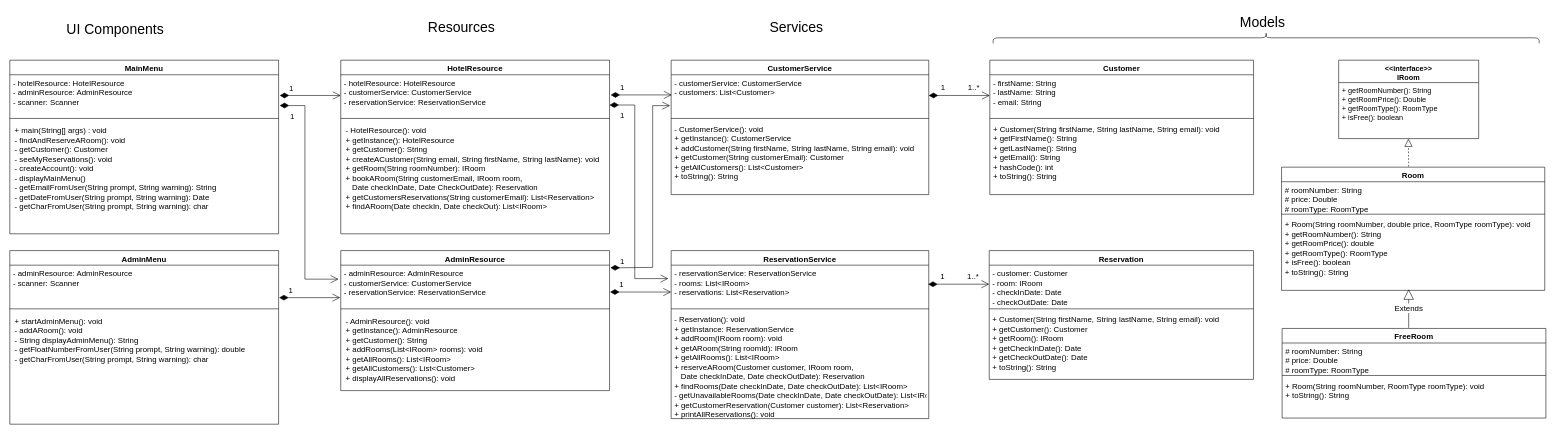
The draw.io diagram src/res/UML.drawio in Shi-chang/project-hotel-reservation-application, before the edit. Source tidied: cells renumbered, new cells numbered last; positions are measured from the earlier drawing's top-left corner, leaving out a move shared by most shapes. Both pictures are drawn from the tidied source at 56%, with x=0, y=0 at pixel (10, -236).
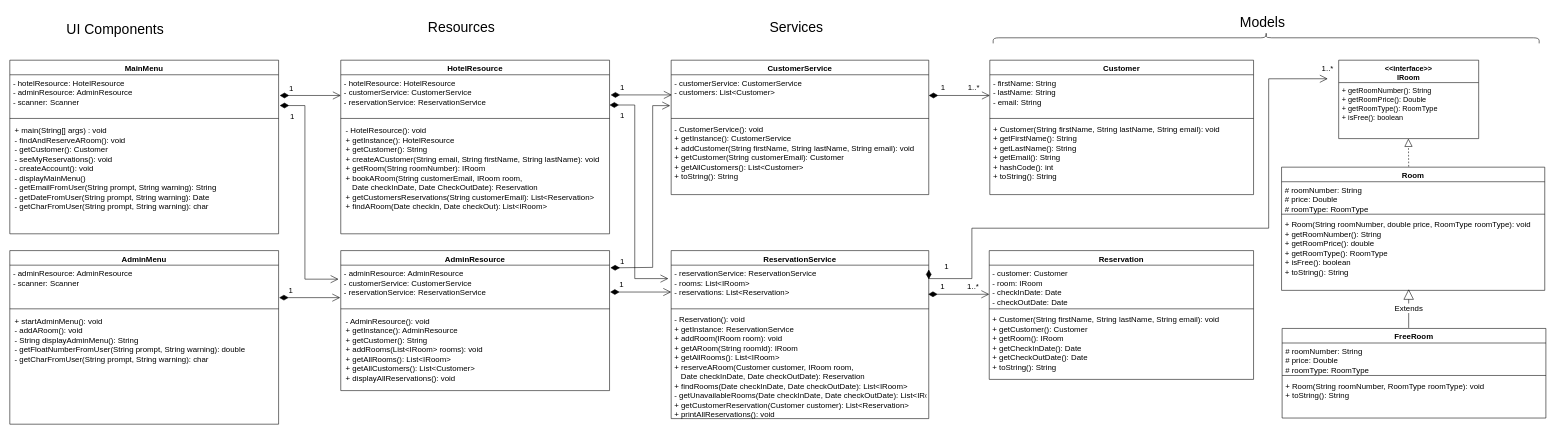
The same diagram, later.

Change to the diagram source:
```diff
@@
     <mxCell id="32" value="1" style="endArrow=open;html=1;endSize=12;startArrow=diamondThin;startSize=14;startFill=1;edgeStyle=orthogonalEdgeStyle;align=left;verticalAlign=bottom;rounded=0;fontSize=14;entryX=0;entryY=0.5;entryDx=0;entryDy=0;exitX=1;exitY=0.5;exitDx=0;exitDy=0;" parent="1" edge="1">
       <mxGeometry x="-0.63" y="3" relative="1" as="geometry">
-        <mxPoint x="1640" y="928" as="sourcePoint" />
-        <mxPoint x="1749" y="928" as="targetPoint" />
+        <mxPoint x="1640" y="946" as="sourcePoint" />
+        <mxPoint x="1749" y="946" as="targetPoint" />
       </mxGeometry>
     </mxCell>
     <mxCell id="33" value="1..*" style="text;html=1;align=center;verticalAlign=middle;strokeColor=none;fillColor=none;fontSize=14;" parent="1" vertex="1">
-      <mxGeometry x="1700" y="899" width="40" height="30" as="geometry" />
+      <mxGeometry x="1700" y="917" width="40" height="30" as="geometry" />
     </mxCell>
@@
+    <mxCell id="62" value="1" style="endArrow=open;html=1;endSize=12;startArrow=diamondThin;startSize=14;startFill=1;edgeStyle=orthogonalEdgeStyle;align=left;verticalAlign=bottom;rounded=0;fontSize=14;exitX=1;exitY=0.5;exitDx=0;exitDy=0;entryX=0.511;entryY=1.105;entryDx=0;entryDy=0;entryPerimeter=0;" parent="1" edge="1" target="63">
+      <mxGeometry x="-0.95" y="11" relative="1" as="geometry">
+        <mxPoint x="1641" y="919" as="sourcePoint" />
+        <Array as="points">
+          <mxPoint x="1718" y="918" />
+          <mxPoint x="1718" y="828" />
+          <mxPoint x="2248" y="828" />
+          <mxPoint x="2248" y="561" />
+        </Array>
+      </mxGeometry>
+    </mxCell>
+    <mxCell id="63" value="1..*" style="text;html=1;align=center;verticalAlign=middle;points=[];strokeColor=none;fillColor=none;fontSize=14;" parent="1" vertex="1">
+      <mxGeometry x="2333" y="528" width="40" height="30" as="geometry" />
+    </mxCell>
```
